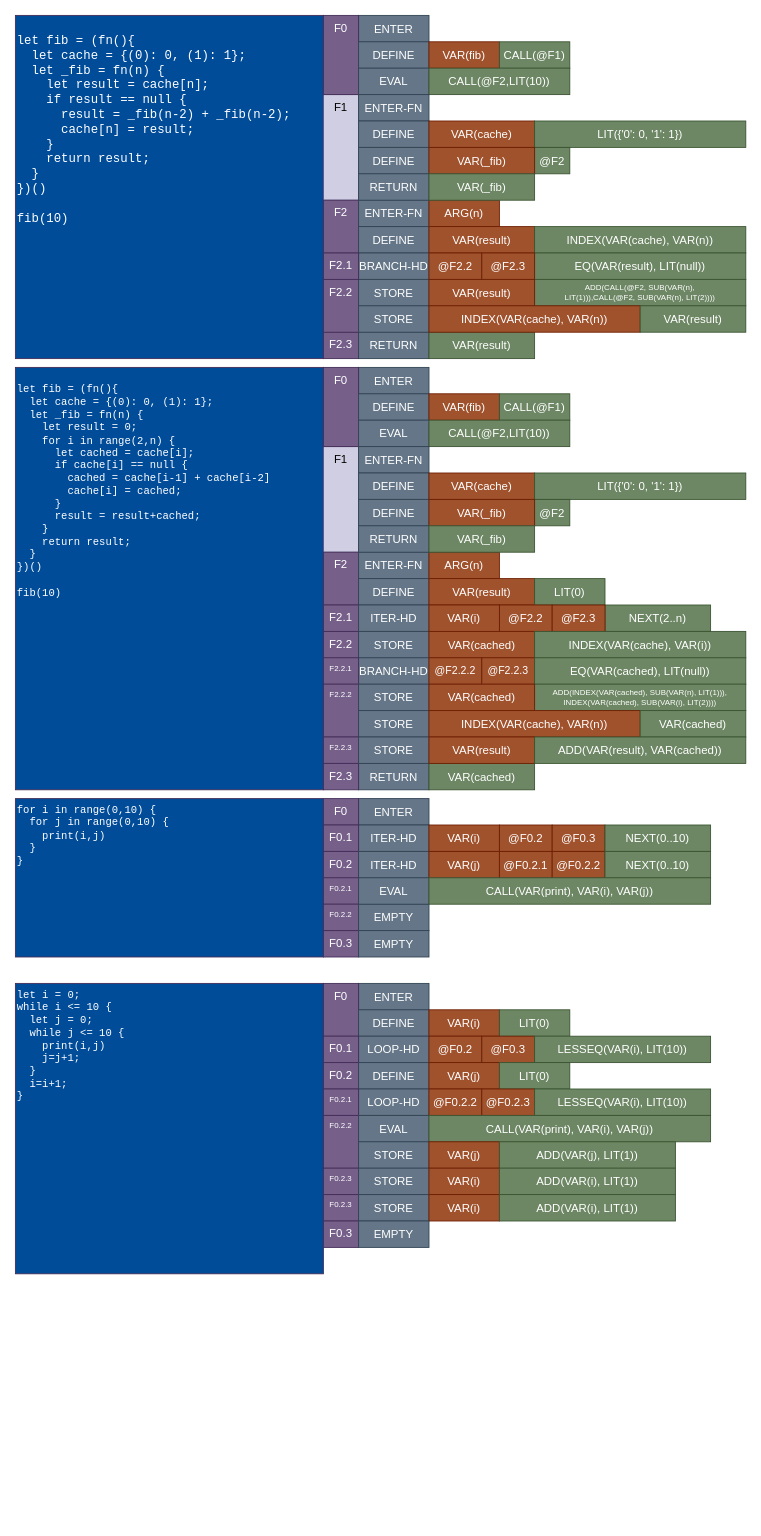
Above: Untitled Diagram.drawio in mccolljr/lx (draw.io), before the change. Source tidied: cells renumbered, new cells numbered last; positions are measured from the earlier drawing's top-left corner, leaving out a move shared by most shapes. Both pictures are drawn from the tidied source at 88%, with x=0, y=0 at pixel (15, 15).
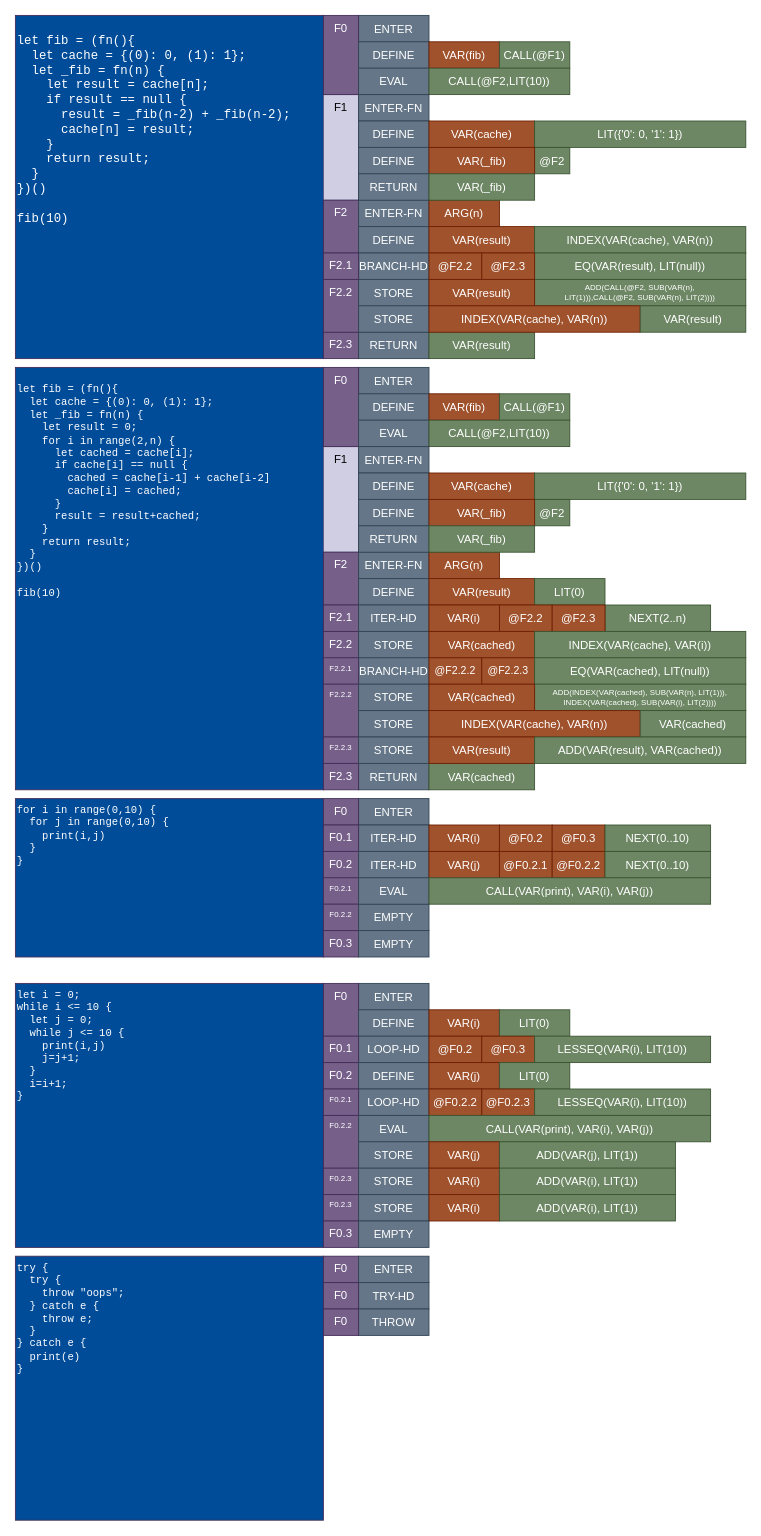
The same page after the edit.

Change to the diagram source:
```diff
@@
     <mxCell id="116" value="&lt;div&gt;let i = 0;&lt;/div&gt;&lt;div&gt;while i &amp;lt;= 10 {&lt;/div&gt;&lt;div&gt;&amp;nbsp; let j = 0;&lt;/div&gt;&lt;div&gt;&amp;nbsp; while j &amp;lt;= 10 {&lt;/div&gt;&lt;div&gt;&amp;nbsp;&amp;nbsp;&amp;nbsp; print(i,j)&lt;/div&gt;&lt;div&gt;&amp;nbsp;&amp;nbsp;&amp;nbsp; j=j+1;&lt;/div&gt;&lt;div&gt;&amp;nbsp; }&lt;/div&gt;&lt;div&gt;&amp;nbsp; i=i+1;&lt;/div&gt;&lt;div&gt;}&lt;br&gt;&lt;/div&gt;" style="rounded=0;whiteSpace=wrap;html=1;fontFamily=Courier New;labelBackgroundColor=none;strokeColor=#432D57;align=left;verticalAlign=top;fontSize=12;fontColor=#ffffff;glass=0;sketch=0;shadow=0;fillColor=#004C99;" parent="1" vertex="1">
-      <mxGeometry y="1100" width="350" height="330" as="geometry" />
+      <mxGeometry y="1100" width="350" height="300" as="geometry" />
     </mxCell>
@@
+    <mxCell id="152" value="&lt;div&gt;try {&lt;/div&gt;&lt;div&gt;&amp;nbsp; try {&lt;/div&gt;&lt;div&gt;&amp;nbsp;&amp;nbsp;&amp;nbsp; throw &quot;oops&quot;;&lt;/div&gt;&lt;div&gt;&amp;nbsp; } catch e {&lt;/div&gt;&lt;div&gt;&amp;nbsp;&amp;nbsp;&amp;nbsp; throw e;&lt;/div&gt;&lt;div&gt;&amp;nbsp; }&lt;br&gt;&lt;/div&gt;&lt;div&gt;} catch e {&lt;/div&gt;&lt;div&gt;&amp;nbsp; print(e)&lt;br&gt;&lt;/div&gt;&lt;div&gt;}&lt;br&gt;&lt;/div&gt;" style="rounded=0;whiteSpace=wrap;html=1;fontFamily=Courier New;labelBackgroundColor=none;strokeColor=#432D57;align=left;verticalAlign=top;fontSize=12;fontColor=#ffffff;glass=0;sketch=0;shadow=0;fillColor=#004C99;" parent="1" vertex="1">
+      <mxGeometry y="1410" width="350" height="300" as="geometry" />
+    </mxCell>
+    <mxCell id="153" value="F0" style="rounded=0;whiteSpace=wrap;html=1;labelBackgroundColor=none;fontFamily=Fira Code;fontSize=13;fillColor=#76608a;strokeColor=#432D57;fontColor=#ffffff;verticalAlign=top;" parent="1" vertex="1">
+      <mxGeometry x="350" y="1410" width="40" height="30" as="geometry" />
+    </mxCell>
+    <mxCell id="154" value="ENTER" style="rounded=0;whiteSpace=wrap;html=1;labelBackgroundColor=none;fontFamily=Fira Code;fontSize=13;fillColor=#647687;strokeColor=#314354;fontColor=#ffffff;" parent="1" vertex="1">
+      <mxGeometry x="390" y="1410" width="80" height="30" as="geometry" />
+    </mxCell>
+    <mxCell id="155" value="TRY-HD" style="rounded=0;whiteSpace=wrap;html=1;labelBackgroundColor=none;fontFamily=Fira Code;fontSize=13;fillColor=#647687;strokeColor=#314354;fontColor=#ffffff;" parent="1" vertex="1">
+      <mxGeometry x="390" y="1440" width="80" height="30" as="geometry" />
+    </mxCell>
+    <mxCell id="156" value="F0" style="rounded=0;whiteSpace=wrap;html=1;labelBackgroundColor=none;fontFamily=Fira Code;fontSize=13;fillColor=#76608a;strokeColor=#432D57;fontColor=#ffffff;verticalAlign=top;" parent="1" vertex="1">
+      <mxGeometry x="350" y="1440" width="40" height="30" as="geometry" />
+    </mxCell>
+    <mxCell id="157" value="THROW" style="rounded=0;whiteSpace=wrap;html=1;labelBackgroundColor=none;fontFamily=Fira Code;fontSize=13;fillColor=#647687;strokeColor=#314354;fontColor=#ffffff;" parent="1" vertex="1">
+      <mxGeometry x="390" y="1470" width="80" height="30" as="geometry" />
+    </mxCell>
+    <mxCell id="158" value="F0" style="rounded=0;whiteSpace=wrap;html=1;labelBackgroundColor=none;fontFamily=Fira Code;fontSize=13;fillColor=#76608a;strokeColor=#432D57;fontColor=#ffffff;verticalAlign=top;" parent="1" vertex="1">
+      <mxGeometry x="350" y="1470" width="40" height="30" as="geometry" />
+    </mxCell>
```
